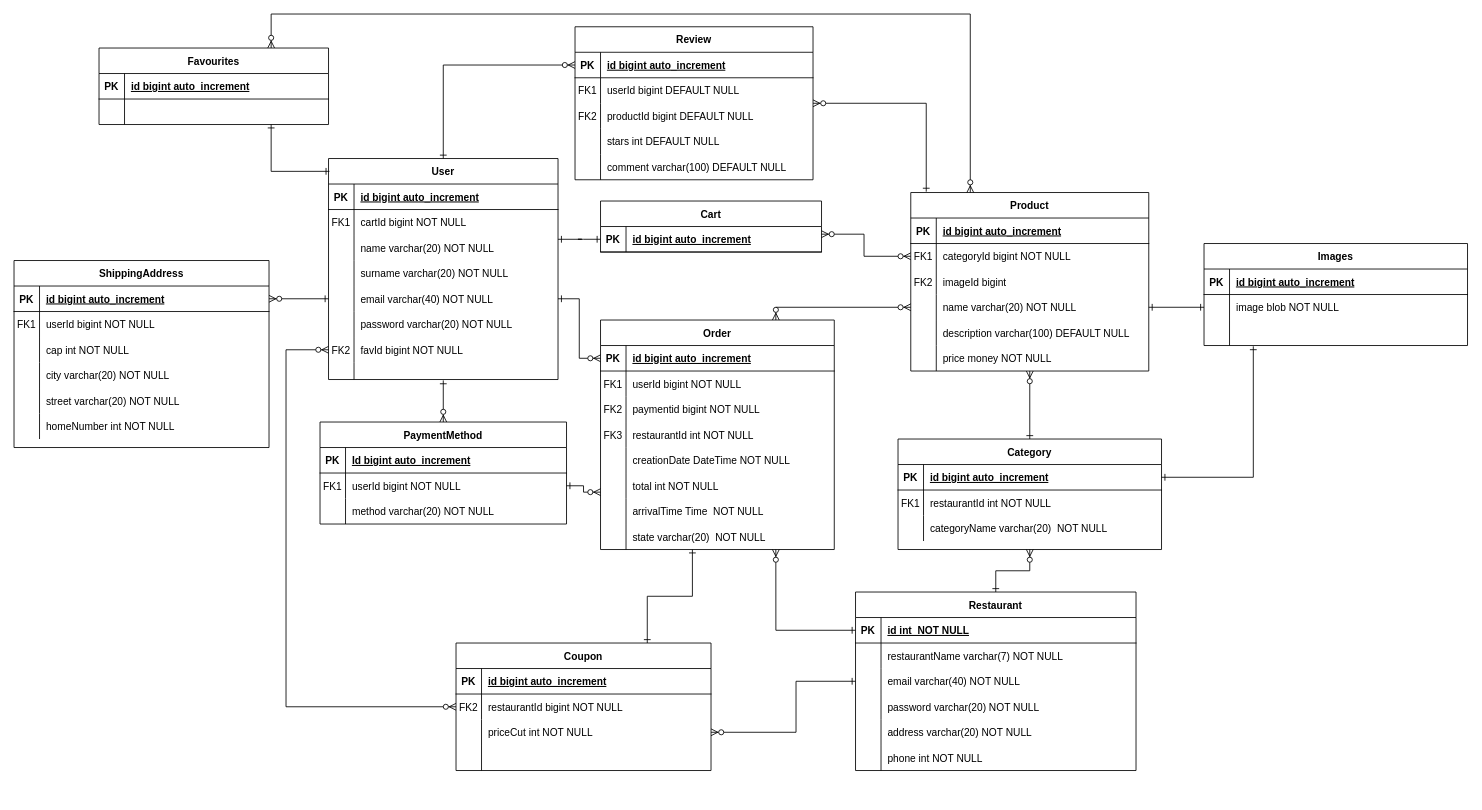
The draw.io diagram documentazione/Diagrammi/Er(1).drawio in Flacaro/TasteIt, before the edit. Source tidied: cells renumbered, new cells numbered last; positions are measured from the earlier drawing's top-left corner, leaving out a move shared by most shapes. Both pictures are drawn from the tidied source at 85%, with x=0, y=0 at pixel (14, 14).
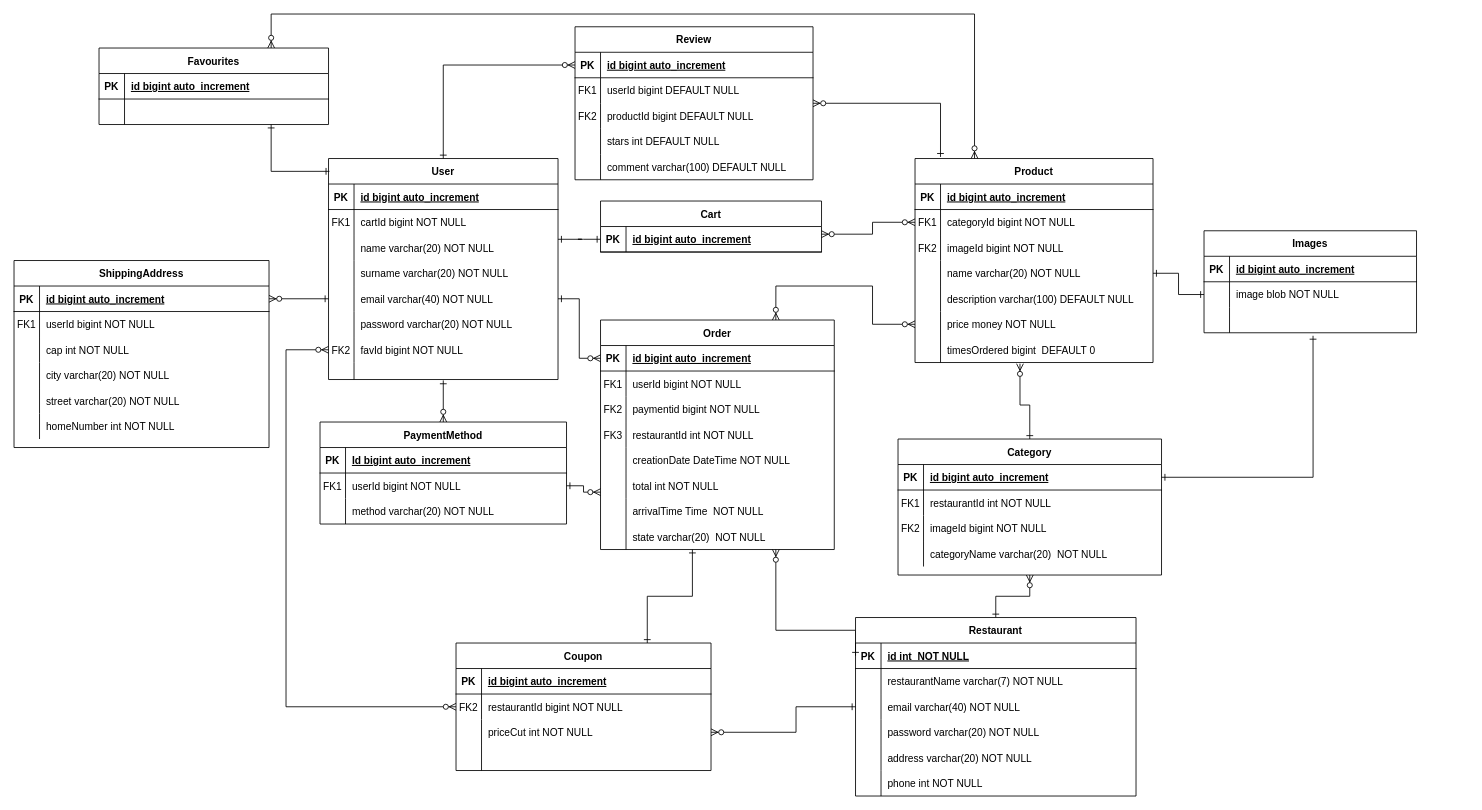
Above is the later version.

Unchanged cells that the change refers to:
```xml
<mxCell id="45" value="Order" style="shape=table;startSize=30;childLayout=tableLayout;rowLines=0;fontStyle=1;align=center;" parent="1" vertex="1">
  <mxGeometry x="690" y="360" width="275" height="270" as="geometry" />
</mxCell>
<mxCell id="76" style="shape=partialRectangle;fillColor=none;top=0;left=0;bottom=0;right=0;points=[[0,0.5],[1,0.5]];portConstraint=eastwest;" parent="72" vertex="1">
  <mxGeometry y="60" width="280" height="30" as="geometry" />
</mxCell>
<mxCell id="79" style="shape=partialRectangle;fillColor=none;top=0;left=0;bottom=0;right=0;" parent="72" vertex="1">
  <mxGeometry y="90" width="280" height="30" as="geometry" />
</mxCell>
<mxCell id="88" style="shape=partialRectangle;fillColor=none;top=0;left=0;bottom=0;right=0;points=[[0,0.5],[1,0.5]];portConstraint=eastwest;" parent="72" vertex="1">
  <mxGeometry y="180" width="280" height="30" as="geometry" />
</mxCell>
<mxCell id="95" style="shape=partialRectangle;fillColor=none;top=0;left=0;bottom=1;right=0;points=[[0,0.5],[1,0.5]];portConstraint=eastwest;" parent="94" vertex="1">
  <mxGeometry y="30" width="310" height="30" as="geometry" />
</mxCell>
<mxCell id="111" style="shape=partialRectangle;fillColor=none;top=0;left=0;bottom=0;right=0;points=[[0,0.5],[1,0.5]];portConstraint=eastwest;" parent="104" vertex="1">
  <mxGeometry y="90" width="330" height="30" as="geometry" />
</mxCell>
<mxCell id="131" style="shape=partialRectangle;fillColor=none;top=0;left=0;bottom=0;right=0;points=[[0,0.5],[1,0.5]];portConstraint=eastwest;" parent="124" vertex="1">
  <mxGeometry y="90" width="300" height="30" as="geometry" />
</mxCell>
<mxCell id="161" value="Favourites" style="shape=table;startSize=30;childLayout=tableLayout;rowLines=0;fontStyle=1;align=center;" parent="1" vertex="1">
  <mxGeometry x="100" y="40" width="270" height="90" as="geometry" />
</mxCell>
<mxCell id="169" value="Review" style="shape=table;startSize=30;childLayout=tableLayout;rowLines=0;fontStyle=1;align=center;" parent="1" vertex="1">
  <mxGeometry x="660" y="15" width="280" height="180" as="geometry" />
</mxCell>
```

The edit, as a diff of the source:
```diff
@@
-    <mxCell id="71" style="edgeStyle=orthogonalEdgeStyle;rounded=0;jettySize=auto;html=1;exitX=0.5;exitY=1;exitDx=0;exitDy=0;entryX=0.5;entryY=0;entryDx=0;entryDy=0;startArrow=ERzeroToMany;startFill=1;endArrow=ERone;endFill=0;" parent="1" edge="1" source="72" target="94">
+    <mxCell id="71" style="edgeStyle=orthogonalEdgeStyle;rounded=0;jettySize=auto;html=1;entryX=0.5;entryY=0;entryDx=0;entryDy=0;startArrow=ERzeroToMany;startFill=1;endArrow=ERone;endFill=0;exitX=0.441;exitY=1.046;exitDx=0;exitDy=0;exitPerimeter=0;" parent="1" edge="1" source="198" target="94">
       <mxGeometry relative="1" as="geometry">
         <Array as="points">
-          <mxPoint x="1195" y="440" />
-          <mxPoint x="1195" y="440" />
+          <mxPoint x="1184" y="460" />
+          <mxPoint x="1195" y="460" />
         </Array>
       </mxGeometry>
     </mxCell>
     <mxCell id="72" value="Product" style="shape=table;startSize=30;childLayout=tableLayout;rowLines=0;fontStyle=1;align=center;" parent="1" vertex="1">
-      <mxGeometry x="1055" y="210" width="280" height="210" as="geometry" />
+      <mxGeometry x="1060" y="170" width="280" height="240" as="geometry" />
     </mxCell>
@@
-    <mxCell id="81" value="imageId bigint  " style="shape=partialRectangle;fillColor=none;top=0;left=0;bottom=0;right=0;align=left;spacingLeft=6;overflow=hidden;" parent="79" vertex="1">
+    <mxCell id="81" value="imageId bigint NOT NULL " style="shape=partialRectangle;fillColor=none;top=0;left=0;bottom=0;right=0;align=left;spacingLeft=6;overflow=hidden;" parent="79" vertex="1">
       <mxGeometry x="30" width="250" height="30" as="geometry" />
     </mxCell>
@@
+    <mxCell id="198" style="shape=partialRectangle;fillColor=none;top=0;left=0;bottom=0;right=0;points=[[0,0.5],[1,0.5]];portConstraint=eastwest;" parent="72" vertex="1">
+      <mxGeometry y="210" width="280" height="30" as="geometry" />
+    </mxCell>
+    <mxCell id="199" style="shape=partialRectangle;fillColor=none;top=0;left=0;bottom=0;right=0;overflow=hidden;" parent="198" vertex="1">
+      <mxGeometry width="30" height="30" as="geometry" />
+    </mxCell>
+    <mxCell id="200" value="timesOrdered bigint  DEFAULT 0" style="shape=partialRectangle;fillColor=none;top=0;left=0;bottom=0;right=0;align=left;spacingLeft=6;overflow=hidden;" parent="198" vertex="1">
+      <mxGeometry x="30" width="250" height="30" as="geometry" />
+    </mxCell>
     <mxCell id="91" style="edgeStyle=orthogonalEdgeStyle;rounded=0;jettySize=auto;html=1;startArrow=ERzeroToMany;startFill=1;endArrow=ERzeroToMany;endFill=1;exitX=0;exitY=0.5;exitDx=0;exitDy=0;" parent="1" edge="1" source="76">
       <mxGeometry relative="1" as="geometry">
         <mxPoint x="950" y="259" as="targetPoint" />
         <Array as="points">
-          <mxPoint x="1000" y="285" />
-          <mxPoint x="1000" y="259" />
+          <mxPoint x="1010" y="245" />
+          <mxPoint x="1010" y="259" />
         </Array>
       </mxGeometry>
     </mxCell>
-    <mxCell id="92" style="edgeStyle=orthogonalEdgeStyle;rounded=0;jettySize=auto;html=1;entryX=0.75;entryY=0;entryDx=0;entryDy=0;startArrow=ERzeroToMany;startFill=1;endArrow=ERzeroToMany;endFill=1;" parent="1" edge="1" target="45">
+    <mxCell id="92" style="edgeStyle=orthogonalEdgeStyle;rounded=0;jettySize=auto;html=1;entryX=0.75;entryY=0;entryDx=0;entryDy=0;startArrow=ERzeroToMany;startFill=1;endArrow=ERzeroToMany;endFill=1;exitX=0;exitY=0.5;exitDx=0;exitDy=0;" parent="1" edge="1" source="88" target="45">
       <mxGeometry relative="1" as="geometry">
-        <mxPoint x="1055" y="345" as="sourcePoint" />
         <Array as="points">
-          <mxPoint x="896" y="345" />
+          <mxPoint x="1010" y="365" />
+          <mxPoint x="1010" y="320" />
+          <mxPoint x="896" y="320" />
         </Array>
       </mxGeometry>
     </mxCell>
@@
     <mxCell id="94" value="Category" style="shape=table;startSize=30;childLayout=tableLayout;rowLines=0;fontStyle=1;align=center;" parent="1" vertex="1">
-      <mxGeometry x="1040" y="500" width="310" height="130" as="geometry" />
+      <mxGeometry x="1040" y="500" width="310" height="160" as="geometry" />
     </mxCell>
@@
+    <mxCell id="201" style="shape=partialRectangle;fillColor=none;top=0;left=0;bottom=0;right=0;" parent="94" vertex="1">
+      <mxGeometry y="90" width="310" height="30" as="geometry" />
+    </mxCell>
+    <mxCell id="202" value="FK2" style="shape=partialRectangle;fillColor=none;top=0;left=0;bottom=0;right=0;overflow=hidden;" parent="201" vertex="1">
+      <mxGeometry width="30" height="30" as="geometry" />
+    </mxCell>
+    <mxCell id="203" value="imageId bigint NOT NULL" style="shape=partialRectangle;fillColor=none;top=0;left=0;bottom=0;right=0;align=left;spacingLeft=6;overflow=hidden;" parent="201" vertex="1">
+      <mxGeometry x="30" width="280" height="30" as="geometry" />
+    </mxCell>
     <mxCell id="101" style="shape=partialRectangle;fillColor=none;top=0;left=0;bottom=0;right=0;" parent="94" vertex="1">
-      <mxGeometry y="90" width="310" height="30" as="geometry" />
+      <mxGeometry y="120" width="310" height="30" as="geometry" />
     </mxCell>
@@
     <mxCell id="104" value="Restaurant" style="shape=table;startSize=30;childLayout=tableLayout;rowLines=0;fontStyle=1;align=center;" parent="1" vertex="1">
-      <mxGeometry x="990" y="680" width="330" height="210" as="geometry" />
+      <mxGeometry x="990" y="710" width="330" height="210" as="geometry" />
     </mxCell>
@@
     <mxCell id="137" style="edgeStyle=orthogonalEdgeStyle;rounded=0;jettySize=auto;html=1;entryX=1;entryY=0.5;entryDx=0;entryDy=0;startArrow=ERone;startFill=0;endArrow=ERzeroToMany;endFill=1;exitX=0;exitY=0.5;exitDx=0;exitDy=0;" parent="1" edge="1" source="111" target="131">
       <mxGeometry relative="1" as="geometry">
         <Array as="points">
-          <mxPoint x="920" y="785" />
+          <mxPoint x="920" y="815" />
           <mxPoint x="920" y="845" />
         </Array>
       </mxGeometry>
     </mxCell>
@@
     <mxCell id="160" style="edgeStyle=orthogonalEdgeStyle;rounded=0;jettySize=auto;html=1;exitX=0.75;exitY=0;exitDx=0;exitDy=0;entryX=0.25;entryY=0;entryDx=0;entryDy=0;startArrow=ERzeroToMany;startFill=1;endArrow=ERzeroToMany;endFill=1;" parent="1" edge="1" source="161" target="72">
       <mxGeometry relative="1" as="geometry">
         <Array as="points">
           <mxPoint x="303" />
-          <mxPoint x="1125" />
+          <mxPoint x="1130" />
         </Array>
       </mxGeometry>
     </mxCell>
@@
-    <mxCell id="168" style="edgeStyle=orthogonalEdgeStyle;rounded=0;jettySize=auto;html=1;exitX=1;exitY=0.5;exitDx=0;exitDy=0;entryX=0.065;entryY=-0.005;entryDx=0;entryDy=0;entryPerimeter=0;startArrow=ERzeroToMany;startFill=1;endArrow=ERone;endFill=0;" parent="1" edge="1" source="169" target="72">
-      <mxGeometry relative="1" as="geometry" />
+    <mxCell id="168" style="edgeStyle=orthogonalEdgeStyle;rounded=0;jettySize=auto;html=1;exitX=1;exitY=0.5;exitDx=0;exitDy=0;startArrow=ERzeroToMany;startFill=1;endArrow=ERone;endFill=0;entryX=0.107;entryY=-0.008;entryDx=0;entryDy=0;entryPerimeter=0;" parent="1" edge="1" source="169" target="72">
+      <mxGeometry relative="1" as="geometry">
+        <Array as="points">
+          <mxPoint x="1090" y="105" />
+        </Array>
+      </mxGeometry>
     </mxCell>
@@
     <mxCell id="186" value="Images" style="shape=table;startSize=30;childLayout=tableLayout;rowLines=0;fontStyle=1;align=center;" parent="1" vertex="1">
-      <mxGeometry x="1400" y="270" width="310" height="120" as="geometry" />
+      <mxGeometry x="1400" y="255" width="250" height="120" as="geometry" />
     </mxCell>
     <mxCell id="187" style="shape=partialRectangle;fillColor=none;top=0;left=0;bottom=1;right=0;" parent="186" vertex="1">
-      <mxGeometry y="30" width="310" height="30" as="geometry" />
+      <mxGeometry y="30" width="250" height="30" as="geometry" />
     </mxCell>
@@
     <mxCell id="189" value="id bigint auto_increment" style="shape=partialRectangle;fillColor=none;top=0;left=0;bottom=0;right=0;align=left;spacingLeft=6;fontStyle=5;overflow=hidden;" parent="187" vertex="1">
-      <mxGeometry x="30" width="280" height="30" as="geometry" />
+      <mxGeometry x="30" width="220" height="30" as="geometry" />
     </mxCell>
     <mxCell id="190" style="shape=partialRectangle;fillColor=none;top=0;left=0;bottom=0;right=0;points=[[0,0.5],[1,0.5]];portConstraint=eastwest;" parent="186" vertex="1">
-      <mxGeometry y="60" width="310" height="30" as="geometry" />
+      <mxGeometry y="60" width="250" height="30" as="geometry" />
     </mxCell>
@@
     <mxCell id="192" value="image blob NOT NULL" style="shape=partialRectangle;fillColor=none;top=0;left=0;bottom=0;right=0;align=left;spacingLeft=6;overflow=hidden;" parent="190" vertex="1">
-      <mxGeometry x="30" width="280" height="30" as="geometry" />
+      <mxGeometry x="30" width="220" height="30" as="geometry" />
     </mxCell>
     <mxCell id="193" style="shape=partialRectangle;fillColor=none;top=0;left=0;bottom=0;right=0;points=[[0,0.5],[1,0.5]];portConstraint=eastwest;" parent="186" vertex="1">
-      <mxGeometry y="90" width="310" height="30" as="geometry" />
+      <mxGeometry y="90" width="250" height="30" as="geometry" />
     </mxCell>
@@
     <mxCell id="195" style="shape=partialRectangle;fillColor=none;top=0;left=0;bottom=0;right=0;align=left;spacingLeft=6;overflow=hidden;" parent="193" vertex="1">
-      <mxGeometry x="30" width="280" height="30" as="geometry" />
+      <mxGeometry x="30" width="220" height="30" as="geometry" />
     </mxCell>
@@
-    <mxCell id="197" style="edgeStyle=orthogonalEdgeStyle;rounded=0;jettySize=auto;html=1;exitX=1;exitY=0.5;exitDx=0;exitDy=0;entryX=0.187;entryY=1.03;entryDx=0;entryDy=0;entryPerimeter=0;fontColor=#EA6B66;startArrow=ERone;startFill=0;endArrow=ERone;endFill=0;" parent="1" edge="1" source="95" target="193">
-      <mxGeometry relative="1" as="geometry" />
+    <mxCell id="197" style="edgeStyle=orthogonalEdgeStyle;rounded=0;jettySize=auto;html=1;exitX=1;exitY=0.5;exitDx=0;exitDy=0;fontColor=#EA6B66;startArrow=ERone;startFill=0;endArrow=ERone;endFill=0;entryX=0.513;entryY=1.118;entryDx=0;entryDy=0;entryPerimeter=0;" parent="1" edge="1" source="95" target="193">
+      <mxGeometry relative="1" as="geometry">
+        <Array as="points">
+          <mxPoint x="1528" y="545" />
+        </Array>
+      </mxGeometry>
     </mxCell>
```
